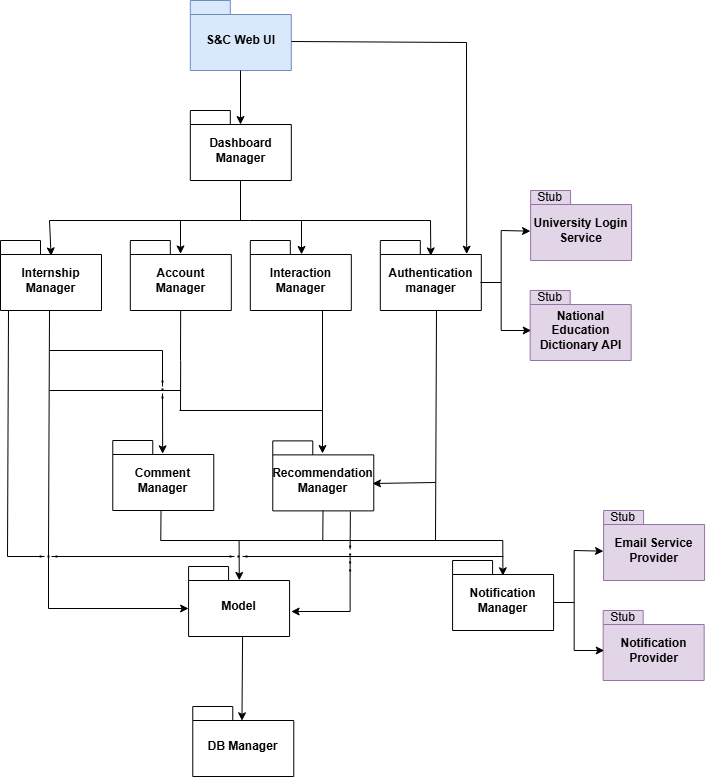
alesalv0/RattiSalvatoreYalcin keeps this draw.io diagram as DD_figures/ImplementationDiagrams/FifthStep.png. Above is the earlier version. Source tidied: cells renumbered, new cells last; positions are measured from the earlier drawing's top-left corner, leaving out a move shared by most shapes.
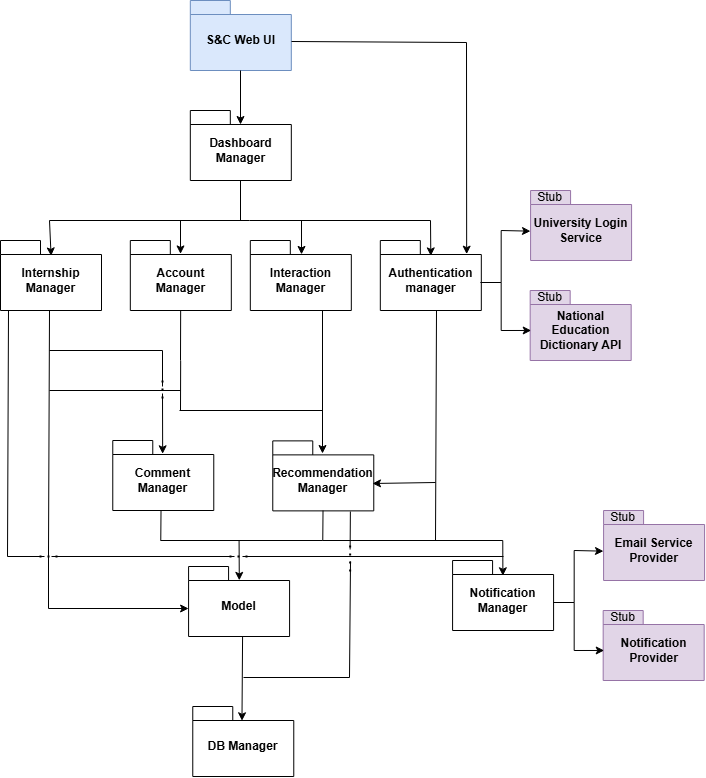
The same file after the commit.

What changed in the source:
```diff
@@ -322,14 +322,14 @@
         <mxPoint x="349.6" y="545" as="targetPoint" />
       </mxGeometry>
     </mxCell>
-    <mxCell id="62" style="endArrow=classic;html=1;rounded=0;" parent="1" edge="1">
-      <mxGeometry relative="1" as="geometry">
-        <mxPoint x="349.6" y="555" as="sourcePoint" />
-        <mxPoint x="290.6" y="611" as="targetPoint" />
-        <Array as="points">
-          <mxPoint x="349.6" y="611" />
-        </Array>
-      </mxGeometry>
-    </mxCell>
+    <mxCell id="63" style="endArrow=none;html=1;rounded=0;" parent="1" edge="1">
+      <mxGeometry relative="1" as="geometry">
+        <mxPoint x="243" y="677" as="sourcePoint" />
+        <mxPoint x="350" y="561" as="targetPoint" />
+        <Array as="points">
+          <mxPoint x="349" y="677" />
+        </Array>
+      </mxGeometry>
+    </mxCell>
   </root>
 </mxGraphModel>
```
